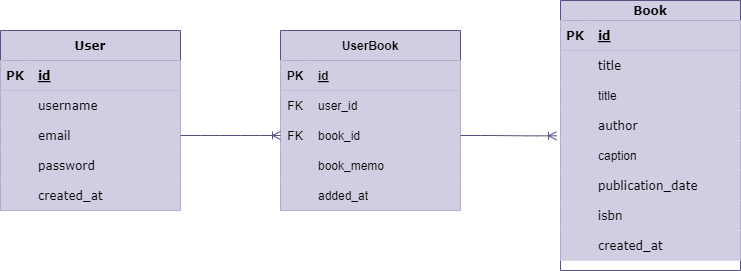
Above: docs/lotta_ER.png in ctake099/lotta-backend (draw.io), before the change. Source tidied: cells renumbered, new cells last; positions are measured from the earlier drawing's top-left corner, leaving out a move shared by most shapes. The source it was exported from:
```xml
<mxGraphModel>
  <root>
    <mxCell id="0" />
    <mxCell id="1" parent="0" />
    <mxCell id="2" value="User" style="shape=table;startSize=30;rowLines=0;fontStyle=1;align=center;fontFamily=Verdana;fillColor=#d0cee2;strokeColor=#56517e;fontColor=#000000;" parent="1" vertex="1">
      <mxGeometry y="30" width="180" height="180" as="geometry" />
    </mxCell>
    <mxCell id="3" style="shape=tableRow;horizontal=0;startSize=0;swimlaneHead=0;swimlaneBody=0;fillColor=#d0cee2;top=0;left=0;right=0;bottom=1;fontFamily=Verdana;strokeColor=#56517e;fontColor=#000000;" parent="2" vertex="1">
      <mxGeometry y="30" width="180" height="30" as="geometry" />
    </mxCell>
    <mxCell id="4" value="PK" style="shape=partialRectangle;fillColor=#d0cee2;top=0;left=0;bottom=0;right=0;fontStyle=1;overflow=hidden;fontFamily=Verdana;strokeColor=#56517e;fontColor=#000000;" parent="3" vertex="1">
      <mxGeometry width="30" height="30" as="geometry" />
    </mxCell>
    <mxCell id="5" value="id" style="shape=partialRectangle;fillColor=#d0cee2;top=0;left=0;bottom=0;right=0;align=left;spacingLeft=6;fontStyle=5;overflow=hidden;fontFamily=Verdana;strokeColor=#56517e;fontColor=#000000;" parent="3" vertex="1">
      <mxGeometry x="30" width="150" height="30" as="geometry" />
    </mxCell>
    <mxCell id="6" style="shape=tableRow;horizontal=0;startSize=0;swimlaneHead=0;swimlaneBody=0;fillColor=#d0cee2;top=0;left=0;right=0;bottom=0;fontFamily=Verdana;strokeColor=#56517e;fontColor=#000000;" parent="2" vertex="1">
      <mxGeometry y="60" width="180" height="30" as="geometry" />
    </mxCell>
    <mxCell id="7" style="shape=partialRectangle;fillColor=#d0cee2;top=0;left=0;bottom=0;right=0;overflow=hidden;fontFamily=Verdana;strokeColor=#56517e;fontColor=#000000;" parent="6" vertex="1">
      <mxGeometry width="30" height="30" as="geometry" />
    </mxCell>
    <mxCell id="8" value="username" style="shape=partialRectangle;fillColor=#d0cee2;top=0;left=0;bottom=0;right=0;align=left;spacingLeft=6;overflow=hidden;fontFamily=Verdana;strokeColor=#56517e;fontColor=#000000;" parent="6" vertex="1">
      <mxGeometry x="30" width="150" height="30" as="geometry" />
    </mxCell>
    <mxCell id="9" style="shape=tableRow;horizontal=0;startSize=0;swimlaneHead=0;swimlaneBody=0;fillColor=#d0cee2;points=[[0,0.5],[1,0.5]];portConstraint=eastwest;top=0;left=0;right=0;bottom=0;fontFamily=Verdana;strokeColor=#56517e;fontColor=#000000;" parent="2" vertex="1">
      <mxGeometry y="90" width="180" height="30" as="geometry" />
    </mxCell>
    <mxCell id="10" style="shape=partialRectangle;fillColor=#d0cee2;top=0;left=0;bottom=0;right=0;overflow=hidden;fontFamily=Verdana;strokeColor=#56517e;fontColor=#000000;" parent="9" vertex="1">
      <mxGeometry width="30" height="30" as="geometry" />
    </mxCell>
    <mxCell id="11" value="email" style="shape=partialRectangle;fillColor=#d0cee2;top=0;left=0;bottom=0;right=0;align=left;spacingLeft=6;overflow=hidden;fontFamily=Verdana;strokeColor=#56517e;fontColor=#000000;" parent="9" vertex="1">
      <mxGeometry x="30" width="150" height="30" as="geometry" />
    </mxCell>
    <mxCell id="12" style="shape=tableRow;horizontal=0;startSize=0;swimlaneHead=0;swimlaneBody=0;fillColor=#d0cee2;top=0;left=0;right=0;bottom=0;fontFamily=Verdana;strokeColor=#56517e;fontColor=#000000;" parent="2" vertex="1">
      <mxGeometry y="120" width="180" height="30" as="geometry" />
    </mxCell>
    <mxCell id="13" style="shape=partialRectangle;fillColor=#d0cee2;top=0;left=0;bottom=0;right=0;overflow=hidden;fontFamily=Verdana;strokeColor=#56517e;fontColor=#000000;" parent="12" vertex="1">
      <mxGeometry width="30" height="30" as="geometry" />
    </mxCell>
    <mxCell id="14" value="password" style="shape=partialRectangle;fillColor=#d0cee2;top=0;left=0;bottom=0;right=0;align=left;spacingLeft=6;overflow=hidden;fontFamily=Verdana;strokeColor=#56517e;fontColor=#000000;" parent="12" vertex="1">
      <mxGeometry x="30" width="150" height="30" as="geometry" />
    </mxCell>
    <mxCell id="15" style="shape=tableRow;horizontal=0;startSize=0;swimlaneHead=0;swimlaneBody=0;fillColor=#d0cee2;top=0;left=0;right=0;bottom=0;fontFamily=Verdana;strokeColor=#56517e;fontColor=#000000;" parent="2" vertex="1">
      <mxGeometry y="150" width="180" height="30" as="geometry" />
    </mxCell>
    <mxCell id="16" style="shape=partialRectangle;fillColor=#d0cee2;top=0;left=0;bottom=0;right=0;overflow=hidden;fontFamily=Verdana;strokeColor=#56517e;fontColor=#000000;" parent="15" vertex="1">
      <mxGeometry width="30" height="30" as="geometry" />
    </mxCell>
    <mxCell id="17" value="created_at" style="shape=partialRectangle;fillColor=#d0cee2;top=0;left=0;bottom=0;right=0;align=left;spacingLeft=6;overflow=hidden;fontFamily=Verdana;strokeColor=#56517e;fontColor=#000000;" parent="15" vertex="1">
      <mxGeometry x="30" width="150" height="30" as="geometry" />
    </mxCell>
    <mxCell id="18" value="Book" style="shape=table;startSize=20;rowLines=0;fontStyle=1;align=center;fontFamily=Verdana;fillStyle=auto;swimlaneFillColor=default;fillColor=#d0cee2;strokeColor=#56517e;fontColor=#000000;" parent="1" vertex="1">
      <mxGeometry x="560" width="180" height="270" as="geometry" />
    </mxCell>
    <mxCell id="19" style="shape=tableRow;horizontal=0;startSize=0;swimlaneHead=0;swimlaneBody=0;fillColor=#d0cee2;top=0;left=0;right=0;bottom=1;fontFamily=Verdana;strokeColor=#56517e;fontColor=#000000;" parent="18" vertex="1">
      <mxGeometry y="20" width="180" height="30" as="geometry" />
    </mxCell>
    <mxCell id="20" value="PK" style="shape=partialRectangle;fillColor=#d0cee2;top=0;left=0;bottom=0;right=0;fontStyle=1;overflow=hidden;fontFamily=Verdana;strokeColor=#56517e;fontColor=#000000;" parent="19" vertex="1">
      <mxGeometry width="30" height="30" as="geometry" />
    </mxCell>
    <mxCell id="21" value="id" style="shape=partialRectangle;fillColor=#d0cee2;top=0;left=0;bottom=0;right=0;align=left;spacingLeft=6;fontStyle=5;overflow=hidden;fontFamily=Verdana;strokeColor=#56517e;fontColor=#000000;" parent="19" vertex="1">
      <mxGeometry x="30" width="150" height="30" as="geometry" />
    </mxCell>
    <mxCell id="22" style="shape=tableRow;horizontal=0;startSize=0;swimlaneHead=0;swimlaneBody=0;fillColor=#d0cee2;top=0;left=0;right=0;bottom=0;fontFamily=Verdana;strokeColor=#56517e;fontColor=#000000;" parent="18" vertex="1">
      <mxGeometry y="50" width="180" height="30" as="geometry" />
    </mxCell>
    <mxCell id="23" style="shape=partialRectangle;fillColor=#d0cee2;top=0;left=0;bottom=0;right=0;overflow=hidden;fontFamily=Verdana;strokeColor=#56517e;fontColor=#000000;" parent="22" vertex="1">
      <mxGeometry width="30" height="30" as="geometry" />
    </mxCell>
    <mxCell id="24" value="title" style="shape=partialRectangle;fillColor=#d0cee2;top=0;left=0;bottom=0;right=0;align=left;spacingLeft=6;overflow=hidden;fontFamily=Verdana;strokeColor=#56517e;fontColor=#000000;" parent="22" vertex="1">
      <mxGeometry x="30" width="150" height="30" as="geometry" />
    </mxCell>
    <mxCell id="25" style="shape=tableRow;horizontal=0;startSize=0;swimlaneHead=0;swimlaneBody=0;fillColor=#d0cee2;top=0;left=0;right=0;bottom=0;strokeColor=#56517e;fontColor=#000000;" parent="18" vertex="1">
      <mxGeometry y="80" width="180" height="30" as="geometry" />
    </mxCell>
    <mxCell id="26" style="shape=partialRectangle;fillColor=#d0cee2;top=0;left=0;bottom=0;right=0;overflow=hidden;strokeColor=#56517e;fontColor=#000000;" parent="25" vertex="1">
      <mxGeometry width="30" height="30" as="geometry" />
    </mxCell>
    <mxCell id="27" value="title" style="shape=partialRectangle;fillColor=#d0cee2;top=0;left=0;bottom=0;right=0;align=left;spacingLeft=6;overflow=hidden;strokeColor=#56517e;fontColor=#000000;" parent="25" vertex="1">
      <mxGeometry x="30" width="150" height="30" as="geometry" />
    </mxCell>
    <mxCell id="28" style="shape=tableRow;horizontal=0;startSize=0;swimlaneHead=0;swimlaneBody=0;fillColor=#d0cee2;top=0;left=0;right=0;bottom=0;fontFamily=Verdana;strokeColor=#56517e;fontColor=#000000;" parent="18" vertex="1">
      <mxGeometry y="110" width="180" height="30" as="geometry" />
    </mxCell>
    <mxCell id="29" style="shape=partialRectangle;fillColor=#d0cee2;top=0;left=0;bottom=0;right=0;overflow=hidden;fontFamily=Verdana;strokeColor=#56517e;fontColor=#000000;" parent="28" vertex="1">
      <mxGeometry width="30" height="30" as="geometry" />
    </mxCell>
    <mxCell id="30" value="author" style="shape=partialRectangle;fillColor=#d0cee2;top=0;left=0;bottom=0;right=0;align=left;spacingLeft=6;overflow=hidden;fontFamily=Verdana;strokeColor=#56517e;fontColor=#000000;" parent="28" vertex="1">
      <mxGeometry x="30" width="150" height="30" as="geometry" />
    </mxCell>
    <mxCell id="31" style="shape=tableRow;horizontal=0;startSize=0;swimlaneHead=0;swimlaneBody=0;fillColor=#d0cee2;points=[[0,0.5],[1,0.5]];portConstraint=eastwest;top=0;left=0;right=0;bottom=0;strokeColor=#56517e;fontColor=#000000;" parent="18" vertex="1">
      <mxGeometry y="140" width="180" height="30" as="geometry" />
    </mxCell>
    <mxCell id="32" style="shape=partialRectangle;fillColor=#d0cee2;top=0;left=0;bottom=0;right=0;overflow=hidden;strokeColor=#56517e;fontColor=#000000;" parent="31" vertex="1">
      <mxGeometry width="30" height="30" as="geometry" />
    </mxCell>
    <mxCell id="33" value="caption" style="shape=partialRectangle;fillColor=#d0cee2;top=0;left=0;bottom=0;right=0;align=left;spacingLeft=6;overflow=hidden;strokeColor=#56517e;fontColor=#000000;" parent="31" vertex="1">
      <mxGeometry x="30" width="150" height="30" as="geometry" />
    </mxCell>
    <mxCell id="34" style="shape=tableRow;horizontal=0;startSize=0;swimlaneHead=0;swimlaneBody=0;fillColor=#d0cee2;top=0;left=0;right=0;bottom=0;fontFamily=Verdana;strokeColor=#56517e;fontColor=#000000;" parent="18" vertex="1">
      <mxGeometry y="170" width="180" height="30" as="geometry" />
    </mxCell>
    <mxCell id="35" style="shape=partialRectangle;fillColor=#d0cee2;top=0;left=0;bottom=0;right=0;overflow=hidden;fontFamily=Verdana;strokeColor=#56517e;fontColor=#000000;" parent="34" vertex="1">
      <mxGeometry width="30" height="30" as="geometry" />
    </mxCell>
    <mxCell id="36" value="publication_date" style="shape=partialRectangle;fillColor=#d0cee2;top=0;left=0;bottom=0;right=0;align=left;spacingLeft=6;overflow=hidden;fontFamily=Verdana;strokeColor=#56517e;fontColor=#000000;" parent="34" vertex="1">
      <mxGeometry x="30" width="150" height="30" as="geometry" />
    </mxCell>
    <mxCell id="37" style="shape=tableRow;horizontal=0;startSize=0;swimlaneHead=0;swimlaneBody=0;fillColor=#d0cee2;top=0;left=0;right=0;bottom=0;fontFamily=Verdana;strokeColor=#56517e;fontColor=#000000;" parent="18" vertex="1">
      <mxGeometry y="200" width="180" height="30" as="geometry" />
    </mxCell>
    <mxCell id="38" style="shape=partialRectangle;fillColor=#d0cee2;top=0;left=0;bottom=0;right=0;overflow=hidden;fontFamily=Verdana;strokeColor=#56517e;fontColor=#000000;" parent="37" vertex="1">
      <mxGeometry width="30" height="30" as="geometry" />
    </mxCell>
    <mxCell id="39" value="isbn" style="shape=partialRectangle;fillColor=#d0cee2;top=0;left=0;bottom=0;right=0;align=left;spacingLeft=6;overflow=hidden;fontFamily=Verdana;strokeColor=#56517e;fontColor=#000000;" parent="37" vertex="1">
      <mxGeometry x="30" width="150" height="30" as="geometry" />
    </mxCell>
    <mxCell id="40" style="shape=tableRow;horizontal=0;startSize=0;swimlaneHead=0;swimlaneBody=0;fillColor=#d0cee2;top=0;left=0;right=0;bottom=0;fontFamily=Verdana;strokeColor=#56517e;fontColor=#000000;" parent="18" vertex="1">
      <mxGeometry y="230" width="180" height="30" as="geometry" />
    </mxCell>
    <mxCell id="41" style="shape=partialRectangle;fillColor=#d0cee2;top=0;left=0;bottom=0;right=0;overflow=hidden;fontFamily=Verdana;strokeColor=#56517e;fontColor=#000000;" parent="40" vertex="1">
      <mxGeometry width="30" height="30" as="geometry" />
    </mxCell>
    <mxCell id="42" value="created_at" style="shape=partialRectangle;fillColor=#d0cee2;top=0;left=0;bottom=0;right=0;align=left;spacingLeft=6;overflow=hidden;fontFamily=Verdana;strokeColor=#56517e;fontColor=#000000;" parent="40" vertex="1">
      <mxGeometry x="30" width="150" height="30" as="geometry" />
    </mxCell>
    <mxCell id="43" value="UserBook" style="shape=table;startSize=30;rowLines=0;fontStyle=1;align=center;fillColor=#d0cee2;fillStyle=auto;strokeColor=#56517e;fontColor=#000000;" parent="1" vertex="1">
      <mxGeometry x="280" y="30" width="180" height="180" as="geometry" />
    </mxCell>
    <mxCell id="44" style="shape=tableRow;horizontal=0;startSize=0;swimlaneHead=0;swimlaneBody=0;fillColor=#d0cee2;top=0;left=0;right=0;bottom=1;strokeColor=#56517e;fontColor=#000000;" parent="43" vertex="1">
      <mxGeometry y="30" width="180" height="30" as="geometry" />
    </mxCell>
    <mxCell id="45" value="PK" style="shape=partialRectangle;fillColor=#d0cee2;top=0;left=0;bottom=0;right=0;fontStyle=1;overflow=hidden;strokeColor=#56517e;fontColor=#000000;" parent="44" vertex="1">
      <mxGeometry width="30" height="30" as="geometry" />
    </mxCell>
    <mxCell id="46" value="id" style="shape=partialRectangle;fillColor=#d0cee2;top=0;left=0;bottom=0;right=0;align=left;spacingLeft=6;fontStyle=5;overflow=hidden;strokeColor=#56517e;fontColor=#000000;" parent="44" vertex="1">
      <mxGeometry x="30" width="150" height="30" as="geometry" />
    </mxCell>
    <mxCell id="47" style="shape=tableRow;horizontal=0;startSize=0;swimlaneHead=0;swimlaneBody=0;fillColor=#d0cee2;top=0;left=0;right=0;bottom=0;strokeColor=#56517e;fontColor=#000000;" parent="43" vertex="1">
      <mxGeometry y="60" width="180" height="30" as="geometry" />
    </mxCell>
    <mxCell id="48" value="FK" style="shape=partialRectangle;fillColor=#d0cee2;top=0;left=0;bottom=0;right=0;fontStyle=0;overflow=hidden;strokeColor=#56517e;fontColor=#000000;" parent="47" vertex="1">
      <mxGeometry width="30" height="30" as="geometry" />
    </mxCell>
    <mxCell id="49" value="user_id" style="shape=partialRectangle;fillColor=#d0cee2;top=0;left=0;bottom=0;right=0;align=left;spacingLeft=6;fontStyle=0;overflow=hidden;strokeColor=#56517e;fontColor=#000000;" parent="47" vertex="1">
      <mxGeometry x="30" width="150" height="30" as="geometry" />
    </mxCell>
    <mxCell id="50" style="shape=tableRow;horizontal=0;startSize=0;swimlaneHead=0;swimlaneBody=0;fillColor=#d0cee2;points=[[0,0.5],[1,0.5]];portConstraint=eastwest;top=0;left=0;right=0;bottom=0;strokeColor=#56517e;fontColor=#000000;" parent="43" vertex="1">
      <mxGeometry y="90" width="180" height="30" as="geometry" />
    </mxCell>
    <mxCell id="51" value="FK" style="shape=partialRectangle;fillColor=#d0cee2;top=0;left=0;bottom=0;right=0;fontStyle=0;overflow=hidden;strokeColor=#56517e;fontColor=#000000;" parent="50" vertex="1">
      <mxGeometry width="30" height="30" as="geometry" />
    </mxCell>
    <mxCell id="52" value="book_id" style="shape=partialRectangle;fillColor=#d0cee2;top=0;left=0;bottom=0;right=0;align=left;spacingLeft=6;fontStyle=0;overflow=hidden;strokeColor=#56517e;fontColor=#000000;" parent="50" vertex="1">
      <mxGeometry x="30" width="150" height="30" as="geometry" />
    </mxCell>
    <mxCell id="53" style="shape=tableRow;horizontal=0;startSize=0;swimlaneHead=0;swimlaneBody=0;fillColor=#d0cee2;top=0;left=0;right=0;bottom=0;strokeColor=#56517e;fontColor=#000000;" parent="43" vertex="1">
      <mxGeometry y="120" width="180" height="30" as="geometry" />
    </mxCell>
    <mxCell id="54" style="shape=partialRectangle;fillColor=#d0cee2;top=0;left=0;bottom=0;right=0;overflow=hidden;strokeColor=#56517e;fontColor=#000000;" parent="53" vertex="1">
      <mxGeometry width="30" height="30" as="geometry" />
    </mxCell>
    <mxCell id="55" value="book_memo" style="shape=partialRectangle;fillColor=#d0cee2;top=0;left=0;bottom=0;right=0;align=left;spacingLeft=6;overflow=hidden;strokeColor=#56517e;fontColor=#000000;" parent="53" vertex="1">
      <mxGeometry x="30" width="150" height="30" as="geometry" />
    </mxCell>
    <mxCell id="56" style="shape=tableRow;horizontal=0;startSize=0;swimlaneHead=0;swimlaneBody=0;fillColor=#d0cee2;top=0;left=0;right=0;bottom=0;strokeColor=#56517e;fontColor=#000000;" parent="43" vertex="1">
      <mxGeometry y="150" width="180" height="30" as="geometry" />
    </mxCell>
    <mxCell id="57" style="shape=partialRectangle;fillColor=#d0cee2;top=0;left=0;bottom=0;right=0;overflow=hidden;strokeColor=#56517e;fontColor=#000000;" parent="56" vertex="1">
      <mxGeometry width="30" height="30" as="geometry" />
    </mxCell>
    <mxCell id="58" value="added_at" style="shape=partialRectangle;fillColor=#d0cee2;top=0;left=0;bottom=0;right=0;align=left;spacingLeft=6;overflow=hidden;strokeColor=#56517e;fontColor=#000000;" parent="56" vertex="1">
      <mxGeometry x="30" width="150" height="30" as="geometry" />
    </mxCell>
    <mxCell id="59" style="edgeStyle=entityRelationEdgeStyle;fontSize=12;html=1;endArrow=ERoneToMany;exitX=1;exitY=0.5;exitDx=0;exitDy=0;entryX=0;entryY=0.5;entryDx=0;entryDy=0;fillColor=#d0cee2;fontColor=#000000;strokeColor=#56517e;" parent="1" edge="1" source="9" target="50">
      <mxGeometry relative="1" as="geometry" />
    </mxCell>
    <mxCell id="60" style="edgeStyle=entityRelationEdgeStyle;fontSize=12;html=1;endArrow=ERoneToMany;exitX=1;exitY=0.5;exitDx=0;exitDy=0;entryX=-0.022;entryY=-0.156;entryDx=0;entryDy=0;entryPerimeter=0;fillColor=#d0cee2;fontColor=#000000;strokeColor=#56517e;" parent="1" edge="1" source="50" target="31">
      <mxGeometry relative="1" as="geometry" />
    </mxCell>
  </root>
</mxGraphModel>
```
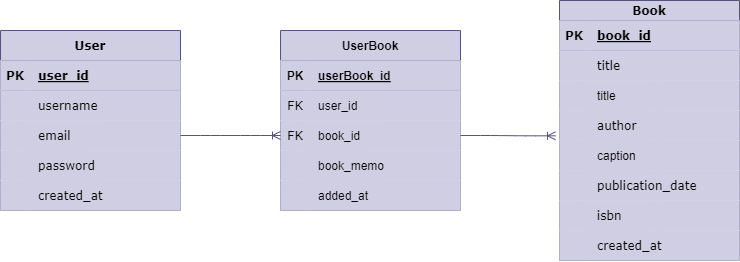
The same file after the commit.

Change to the diagram source:
```diff
@@ -11,7 +11,7 @@
     <mxCell id="4" value="PK" style="shape=partialRectangle;fillColor=#d0cee2;top=0;left=0;bottom=0;right=0;fontStyle=1;overflow=hidden;fontFamily=Verdana;strokeColor=#56517e;fontColor=#000000;" parent="3" vertex="1">
       <mxGeometry width="30" height="30" as="geometry" />
     </mxCell>
-    <mxCell id="5" value="id" style="shape=partialRectangle;fillColor=#d0cee2;top=0;left=0;bottom=0;right=0;align=left;spacingLeft=6;fontStyle=5;overflow=hidden;fontFamily=Verdana;strokeColor=#56517e;fontColor=#000000;" parent="3" vertex="1">
+    <mxCell id="5" value="user_id" style="shape=partialRectangle;fillColor=#d0cee2;top=0;left=0;bottom=0;right=0;align=left;spacingLeft=6;fontStyle=5;overflow=hidden;fontFamily=Verdana;strokeColor=#56517e;fontColor=#000000;" parent="3" vertex="1">
       <mxGeometry x="30" width="150" height="30" as="geometry" />
     </mxCell>
     <mxCell id="6" style="shape=tableRow;horizontal=0;startSize=0;swimlaneHead=0;swimlaneBody=0;fillColor=#d0cee2;top=0;left=0;right=0;bottom=0;fontFamily=Verdana;strokeColor=#56517e;fontColor=#000000;" parent="2" vertex="1">
@@ -51,7 +51,7 @@
       <mxGeometry x="30" width="150" height="30" as="geometry" />
     </mxCell>
     <mxCell id="18" value="Book" style="shape=table;startSize=20;rowLines=0;fontStyle=1;align=center;fontFamily=Verdana;fillStyle=auto;swimlaneFillColor=default;fillColor=#d0cee2;strokeColor=#56517e;fontColor=#000000;" parent="1" vertex="1">
-      <mxGeometry x="560" width="180" height="270" as="geometry" />
+      <mxGeometry x="559" width="180" height="260" as="geometry" />
     </mxCell>
     <mxCell id="19" style="shape=tableRow;horizontal=0;startSize=0;swimlaneHead=0;swimlaneBody=0;fillColor=#d0cee2;top=0;left=0;right=0;bottom=1;fontFamily=Verdana;strokeColor=#56517e;fontColor=#000000;" parent="18" vertex="1">
       <mxGeometry y="20" width="180" height="30" as="geometry" />
@@ -59,7 +59,7 @@
     <mxCell id="20" value="PK" style="shape=partialRectangle;fillColor=#d0cee2;top=0;left=0;bottom=0;right=0;fontStyle=1;overflow=hidden;fontFamily=Verdana;strokeColor=#56517e;fontColor=#000000;" parent="19" vertex="1">
       <mxGeometry width="30" height="30" as="geometry" />
     </mxCell>
-    <mxCell id="21" value="id" style="shape=partialRectangle;fillColor=#d0cee2;top=0;left=0;bottom=0;right=0;align=left;spacingLeft=6;fontStyle=5;overflow=hidden;fontFamily=Verdana;strokeColor=#56517e;fontColor=#000000;" parent="19" vertex="1">
+    <mxCell id="21" value="book_id" style="shape=partialRectangle;fillColor=#d0cee2;top=0;left=0;bottom=0;right=0;align=left;spacingLeft=6;fontStyle=5;overflow=hidden;fontFamily=Verdana;strokeColor=#56517e;fontColor=#000000;" parent="19" vertex="1">
       <mxGeometry x="30" width="150" height="30" as="geometry" />
     </mxCell>
     <mxCell id="22" style="shape=tableRow;horizontal=0;startSize=0;swimlaneHead=0;swimlaneBody=0;fillColor=#d0cee2;top=0;left=0;right=0;bottom=0;fontFamily=Verdana;strokeColor=#56517e;fontColor=#000000;" parent="18" vertex="1">
@@ -134,7 +134,7 @@
     <mxCell id="45" value="PK" style="shape=partialRectangle;fillColor=#d0cee2;top=0;left=0;bottom=0;right=0;fontStyle=1;overflow=hidden;strokeColor=#56517e;fontColor=#000000;" parent="44" vertex="1">
       <mxGeometry width="30" height="30" as="geometry" />
     </mxCell>
-    <mxCell id="46" value="id" style="shape=partialRectangle;fillColor=#d0cee2;top=0;left=0;bottom=0;right=0;align=left;spacingLeft=6;fontStyle=5;overflow=hidden;strokeColor=#56517e;fontColor=#000000;" parent="44" vertex="1">
+    <mxCell id="46" value="userBook_id" style="shape=partialRectangle;fillColor=#d0cee2;top=0;left=0;bottom=0;right=0;align=left;spacingLeft=6;fontStyle=5;overflow=hidden;strokeColor=#56517e;fontColor=#000000;" parent="44" vertex="1">
       <mxGeometry x="30" width="150" height="30" as="geometry" />
     </mxCell>
     <mxCell id="47" style="shape=tableRow;horizontal=0;startSize=0;swimlaneHead=0;swimlaneBody=0;fillColor=#d0cee2;top=0;left=0;right=0;bottom=0;strokeColor=#56517e;fontColor=#000000;" parent="43" vertex="1">
```
